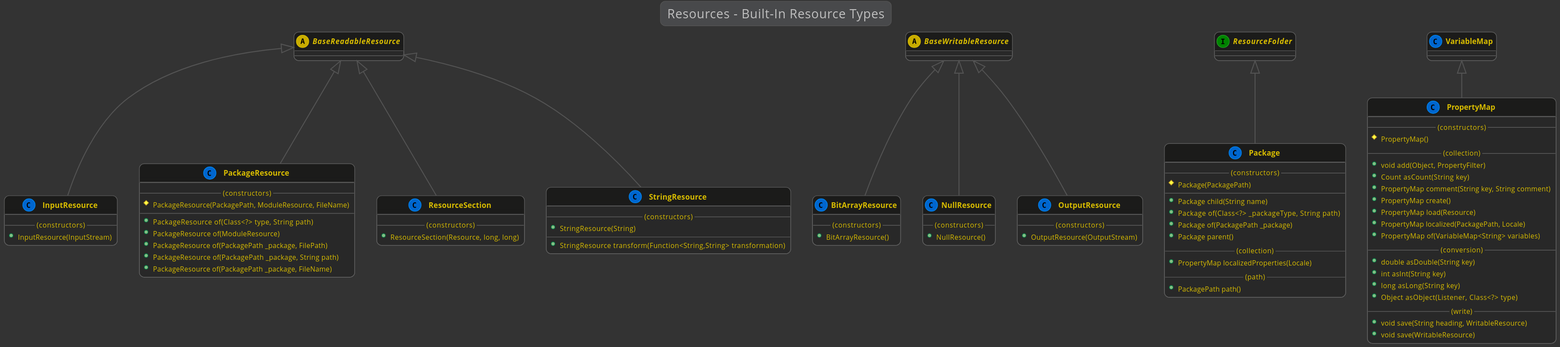
Before: kivakit-core/resource/documentation/diagrams/diagram-resource-type.svg, a diagram exported from PlantUML (Telenav/kivakit).
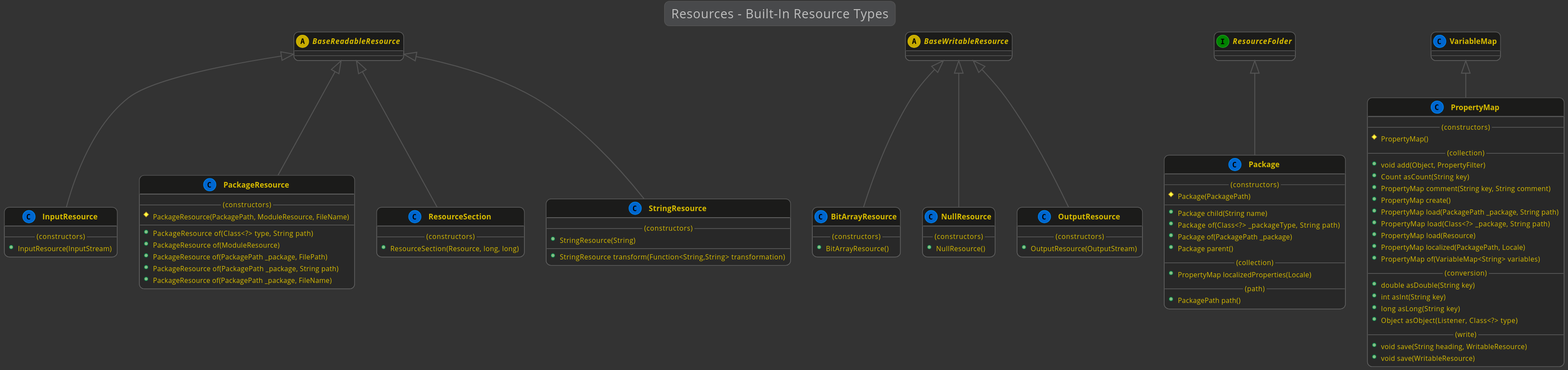
The same diagram one commit later.

What changed in the source:
```diff
@@ -76,6 +76,8 @@
         +Count asCount(String key)
         +PropertyMap comment(String key, String comment)
         +PropertyMap create()
+        +PropertyMap load(PackagePath _package, String path)
+        +PropertyMap load(Class<?> _package, String path)
         +PropertyMap load(Resource)
         +PropertyMap localized(PackagePath, Locale)
         +PropertyMap of(VariableMap<String> variables)
```
